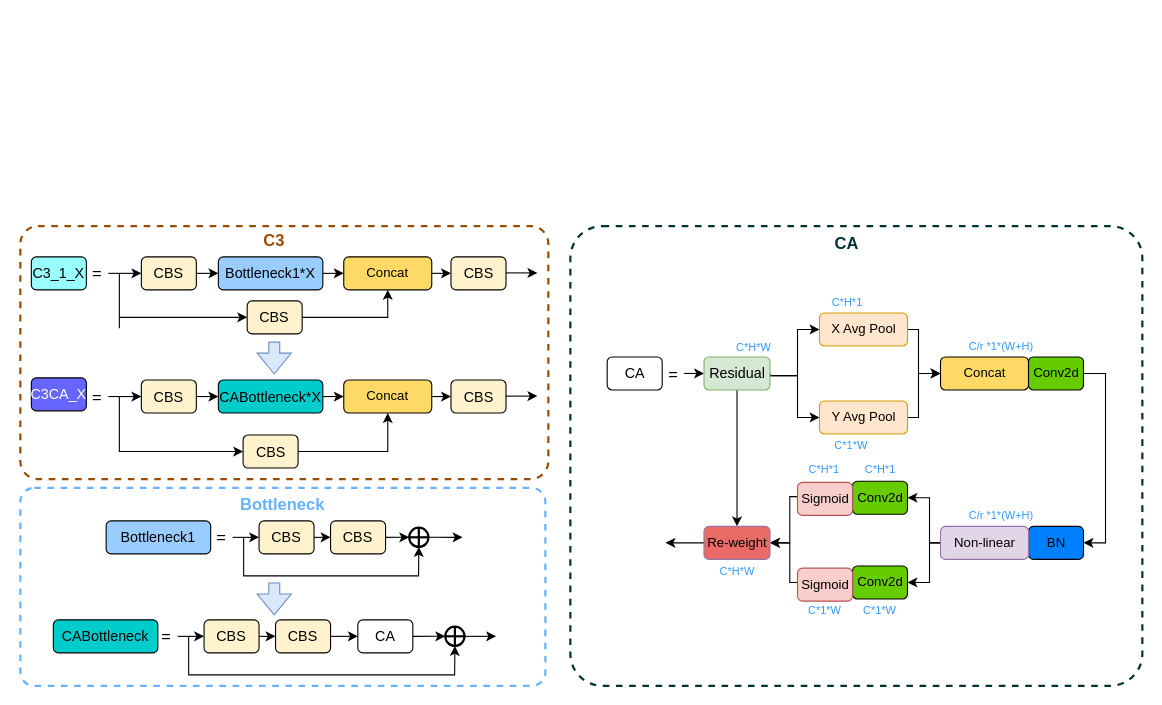
HaoyuScut/PaddleOCR keeps this draw.io diagram as C3CA.drawio. Above is the earlier version. Source tidied: cells renumbered, new cells numbered last; positions are measured from the earlier drawing's top-left corner, leaving out a move shared by most shapes. Both pictures are drawn from the tidied source at 110%, with x=0, y=0 at pixel (20, 223).
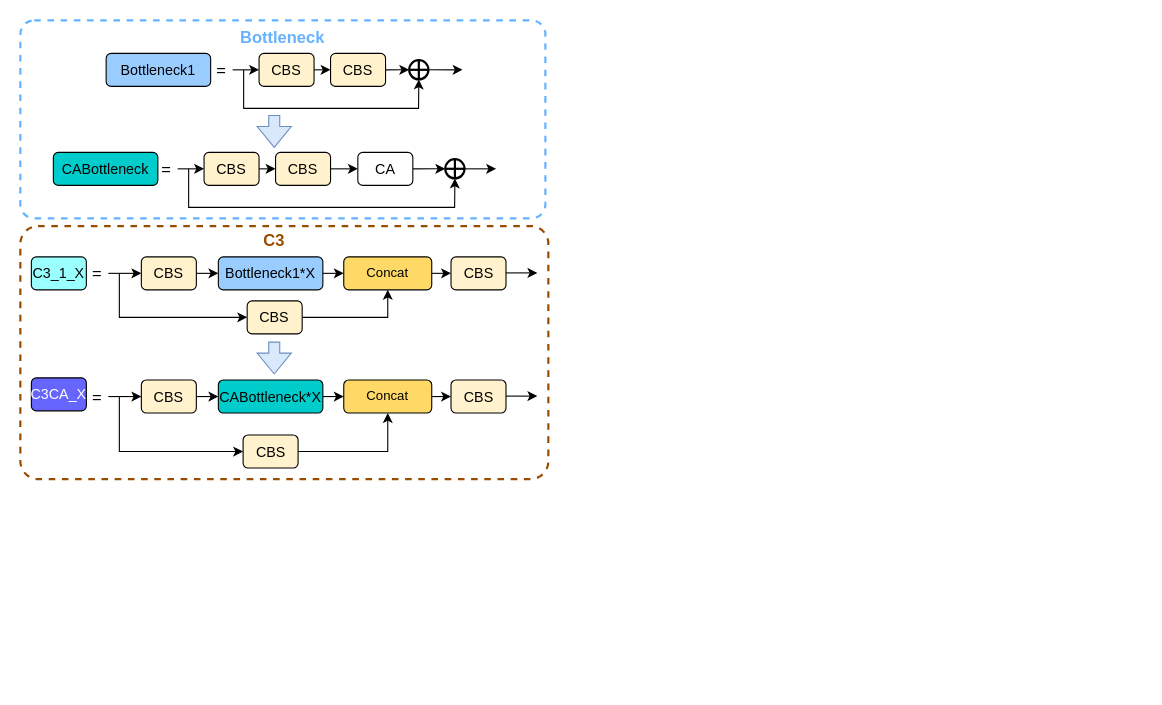
Above is the later version.

The change refers to these unchanged cells:
```xml
<mxCell id="31" value="CBS" style="rounded=1;whiteSpace=wrap;html=1;fillColor=#fff2cc;strokeColor=#000000;fontSize=13;" parent="1" vertex="1">
  <mxGeometry x="206.2" y="70" width="50" height="30" as="geometry" />
</mxCell>
```

What changed in the source:
```diff
@@
-    <mxCell id="2" style="rounded=1;whiteSpace=wrap;html=1;shadow=0;dashed=1;fontSize=12;fontColor=#00994D;strokeColor=#003333;strokeWidth=2;fillColor=none;arcSize=7;" parent="1" vertex="1">
-      <mxGeometry x="500" y="2" width="520" height="418" as="geometry" />
-    </mxCell>
@@
     <mxCell id="32" style="endArrow=classic;html=1;rounded=0;fontSize=15;fontColor=#000000;entryX=0;entryY=0.5;entryDx=0;entryDy=0;" parent="1" edge="1" target="31">
       <mxGeometry relative="1" as="geometry">
         <mxPoint x="90" y="45" as="sourcePoint" />
         <Array as="points">
-          <mxPoint x="90" y="95" />
           <mxPoint x="90" y="85" />
         </Array>
       </mxGeometry>
     </mxCell>
     <mxCell id="33" style="rounded=1;whiteSpace=wrap;html=1;shadow=0;dashed=1;fontSize=12;fontColor=#00994D;strokeColor=#66B2FF;strokeWidth=2;fillColor=none;arcSize=7;" parent="1" vertex="1">
-      <mxGeometry y="240" width="477.3" height="180" as="geometry" />
+      <mxGeometry y="-185" width="477.3" height="180" as="geometry" />
     </mxCell>
@@
     <mxCell id="35" value="&lt;font color=&quot;#000000&quot;&gt;=&lt;/font&gt;" style="text;html=1;strokeColor=none;fillColor=none;align=center;verticalAlign=middle;whiteSpace=wrap;rounded=0;shadow=0;dashed=1;fontSize=15;fontColor=#00994D;" parent="1" vertex="1">
-      <mxGeometry x="123" y="360" width="20" height="30" as="geometry" />
+      <mxGeometry x="123" y="-65" width="20" height="30" as="geometry" />
     </mxCell>
@@
     <mxCell id="37" value="CBS" style="rounded=1;whiteSpace=wrap;html=1;fillColor=#fff2cc;strokeColor=#000000;fontSize=13;" parent="1" vertex="1">
-      <mxGeometry x="167" y="360" width="50" height="30" as="geometry" />
+      <mxGeometry x="167" y="-65" width="50" height="30" as="geometry" />
     </mxCell>
@@
     <mxCell id="39" value="CBS" style="rounded=1;whiteSpace=wrap;html=1;fillColor=#fff2cc;strokeColor=#000000;fontSize=13;" parent="1" vertex="1">
-      <mxGeometry x="232" y="360" width="50" height="30" as="geometry" />
+      <mxGeometry x="232" y="-65" width="50" height="30" as="geometry" />
     </mxCell>
     <mxCell id="40" style="edgeStyle=orthogonalEdgeStyle;rounded=0;jettySize=auto;html=1;fontSize=15;fontColor=#FFFFFF;" parent="1" edge="1" source="41">
       <mxGeometry relative="1" as="geometry">
-        <mxPoint x="432.5" y="375" as="targetPoint" />
+        <mxPoint x="432.5" y="-50" as="targetPoint" />
       </mxGeometry>
     </mxCell>
     <mxCell id="41" style="shape=orEllipse;perimeter=ellipsePerimeter;whiteSpace=wrap;html=1;backgroundOutline=1;rounded=1;shadow=0;fontSize=15;fontColor=#994C00;strokeColor=#000000;strokeWidth=2;fillColor=none;" parent="1" vertex="1">
-      <mxGeometry x="386.3" y="366.2" width="17.5" height="17.5" as="geometry" />
+      <mxGeometry x="386.3" y="-58.8" width="17.5" height="17.5" as="geometry" />
     </mxCell>
     <mxCell id="42" style="endArrow=classic;html=1;rounded=0;fontSize=15;fontColor=#000000;entryX=0.5;entryY=1;entryDx=0;entryDy=0;" parent="1" edge="1" target="41">
       <mxGeometry relative="1" as="geometry">
-        <mxPoint x="153" y="375" as="sourcePoint" />
+        <mxPoint x="153" y="-50" as="sourcePoint" />
         <Array as="points">
-          <mxPoint x="153" y="410" />
-          <mxPoint x="233" y="410" />
-          <mxPoint x="394.8" y="410" />
+          <mxPoint x="153" y="-15" />
+          <mxPoint x="233" y="-15" />
+          <mxPoint x="394.8" y="-15" />
         </Array>
       </mxGeometry>
     </mxCell>
     <mxCell id="43" value="&lt;font color=&quot;#66b2ff&quot; style=&quot;font-size: 15px;&quot;&gt;&lt;b style=&quot;&quot;&gt;Bottleneck&lt;/b&gt;&lt;/font&gt;" style="text;html=1;strokeColor=none;fillColor=none;align=center;verticalAlign=middle;whiteSpace=wrap;rounded=0;shadow=0;dashed=1;" parent="1" vertex="1">
-      <mxGeometry x="189.1" y="240" width="99" height="30" as="geometry" />
+      <mxGeometry x="189.1" y="-185" width="99" height="30" as="geometry" />
     </mxCell>
     <mxCell id="44" value="CABottleneck" style="rounded=1;whiteSpace=wrap;html=1;fillColor=#00CCCC;strokeColor=#000000;fontSize=13;" parent="1" vertex="1">
-      <mxGeometry x="30" y="360" width="95" height="30" as="geometry" />
+      <mxGeometry x="30" y="-65" width="95" height="30" as="geometry" />
     </mxCell>
@@
     <mxCell id="46" value="CA" style="rounded=1;whiteSpace=wrap;html=1;fillColor=#FFFFFF;strokeColor=#000000;fontSize=13;" parent="1" vertex="1">
-      <mxGeometry x="306.8" y="360" width="50" height="30" as="geometry" />
+      <mxGeometry x="306.8" y="-65" width="50" height="30" as="geometry" />
     </mxCell>
@@
     <mxCell id="48" style="shape=flexArrow;endArrow=classic;html=1;rounded=0;fillColor=#dae8fc;strokeColor=#6c8ebf;" parent="1" edge="1">
       <mxGeometry relative="1" as="geometry">
-        <mxPoint x="230.8" y="326" as="sourcePoint" />
-        <mxPoint x="230.8" y="356" as="targetPoint" />
+        <mxPoint x="230.8" y="-99" as="sourcePoint" />
+        <mxPoint x="230.8" y="-69" as="targetPoint" />
       </mxGeometry>
     </mxCell>
     <mxCell id="49" value="Bottleneck1" style="rounded=1;whiteSpace=wrap;html=1;fillColor=#99CCFF;strokeColor=#000000;fontSize=13;" parent="1" vertex="1">
-      <mxGeometry x="78" y="270" width="95" height="30" as="geometry" />
+      <mxGeometry x="78" y="-155" width="95" height="30" as="geometry" />
     </mxCell>
@@
     <mxCell id="51" value="&lt;font color=&quot;#000000&quot;&gt;=&lt;/font&gt;" style="text;html=1;strokeColor=none;fillColor=none;align=center;verticalAlign=middle;whiteSpace=wrap;rounded=0;shadow=0;dashed=1;fontSize=15;fontColor=#00994D;" parent="1" vertex="1">
-      <mxGeometry x="173" y="270" width="20" height="30" as="geometry" />
+      <mxGeometry x="173" y="-155" width="20" height="30" as="geometry" />
     </mxCell>
@@
     <mxCell id="53" value="CBS" style="rounded=1;whiteSpace=wrap;html=1;fillColor=#fff2cc;strokeColor=#000000;fontSize=13;" parent="1" vertex="1">
-      <mxGeometry x="217" y="270" width="50" height="30" as="geometry" />
+      <mxGeometry x="217" y="-155" width="50" height="30" as="geometry" />
     </mxCell>
@@
     <mxCell id="55" value="CBS" style="rounded=1;whiteSpace=wrap;html=1;fillColor=#fff2cc;strokeColor=#000000;fontSize=13;" parent="1" vertex="1">
-      <mxGeometry x="282" y="270" width="50" height="30" as="geometry" />
+      <mxGeometry x="282" y="-155" width="50" height="30" as="geometry" />
     </mxCell>
     <mxCell id="56" style="edgeStyle=orthogonalEdgeStyle;rounded=0;jettySize=auto;html=1;exitX=1;exitY=0.5;exitDx=0;exitDy=0;fontSize=15;fontColor=#994C00;" parent="1" edge="1" source="57">
       <mxGeometry relative="1" as="geometry">
-        <mxPoint x="402" y="285.4" as="targetPoint" />
+        <mxPoint x="402" y="-139.6" as="targetPoint" />
       </mxGeometry>
     </mxCell>
     <mxCell id="57" style="shape=orEllipse;perimeter=ellipsePerimeter;whiteSpace=wrap;html=1;backgroundOutline=1;rounded=1;shadow=0;fontSize=15;fontColor=#994C00;strokeColor=#000000;strokeWidth=2;fillColor=none;" parent="1" vertex="1">
-      <mxGeometry x="353.5" y="276.2" width="17.5" height="17.5" as="geometry" />
+      <mxGeometry x="353.5" y="-148.8" width="17.5" height="17.5" as="geometry" />
     </mxCell>
     <mxCell id="58" style="endArrow=classic;html=1;rounded=0;fontSize=15;fontColor=#000000;entryX=0.5;entryY=1;entryDx=0;entryDy=0;" parent="1" edge="1" target="57">
       <mxGeometry relative="1" as="geometry">
-        <mxPoint x="203" y="285" as="sourcePoint" />
+        <mxPoint x="203" y="-140" as="sourcePoint" />
         <Array as="points">
-          <mxPoint x="203" y="320" />
-          <mxPoint x="283" y="320" />
-          <mxPoint x="362" y="320" />
+          <mxPoint x="203" y="-105" />
+          <mxPoint x="283" y="-105" />
+          <mxPoint x="362" y="-105" />
         </Array>
       </mxGeometry>
     </mxCell>
-    <mxCell id="59" value="CA" style="rounded=1;whiteSpace=wrap;html=1;fillColor=#FFFFFF;strokeColor=#000000;fontSize=13;" parent="1" vertex="1">
-      <mxGeometry x="533.5" y="121" width="50" height="30" as="geometry" />
-    </mxCell>
-    <mxCell id="60" style="edgeStyle=orthogonalEdgeStyle;rounded=0;jettySize=auto;html=1;exitX=1;exitY=0.5;exitDx=0;exitDy=0;entryX=0;entryY=0.5;entryDx=0;entryDy=0;fontFamily=Helvetica;" parent="1" edge="1" source="61" target="65">
-      <mxGeometry relative="1" as="geometry" />
-    </mxCell>
-    <mxCell id="61" value="&lt;font color=&quot;#000000&quot;&gt;=&lt;/font&gt;" style="text;html=1;strokeColor=none;fillColor=none;align=center;verticalAlign=middle;whiteSpace=wrap;rounded=0;shadow=0;dashed=1;fontSize=15;fontColor=#00994D;" parent="1" vertex="1">
-      <mxGeometry x="583.5" y="121" width="20" height="30" as="geometry" />
-    </mxCell>
-    <mxCell id="62" style="edgeStyle=orthogonalEdgeStyle;rounded=0;jettySize=auto;html=1;exitX=1;exitY=0.5;exitDx=0;exitDy=0;entryX=0;entryY=0.5;entryDx=0;entryDy=0;" parent="1" edge="1" source="65" target="67">
-      <mxGeometry relative="1" as="geometry">
-        <Array as="points">
-          <mxPoint x="706.5" y="138" />
-          <mxPoint x="706.5" y="96" />
-        </Array>
-      </mxGeometry>
-    </mxCell>
-    <mxCell id="63" style="edgeStyle=orthogonalEdgeStyle;rounded=0;jettySize=auto;html=1;exitX=1;exitY=0.5;exitDx=0;exitDy=0;entryX=0;entryY=0.5;entryDx=0;entryDy=0;" parent="1" edge="1" source="65" target="69">
-      <mxGeometry relative="1" as="geometry">
-        <Array as="points">
-          <mxPoint x="706.5" y="138" />
-          <mxPoint x="706.5" y="176" />
-        </Array>
-      </mxGeometry>
-    </mxCell>
-    <mxCell id="64" style="edgeStyle=orthogonalEdgeStyle;rounded=0;jettySize=auto;html=1;exitX=0.5;exitY=1;exitDx=0;exitDy=0;entryX=0.5;entryY=0;entryDx=0;entryDy=0;fontFamily=Helvetica;" parent="1" edge="1" source="65" target="83">
-      <mxGeometry relative="1" as="geometry" />
-    </mxCell>
-    <mxCell id="65" value="Residual" style="rounded=1;whiteSpace=wrap;html=1;fillColor=#d5e8d4;strokeColor=#82b366;fontSize=13;" parent="1" vertex="1">
-      <mxGeometry x="621.5" y="121" width="60" height="30" as="geometry" />
-    </mxCell>
-    <mxCell id="66" style="edgeStyle=orthogonalEdgeStyle;rounded=0;jettySize=auto;html=1;exitX=1;exitY=0.5;exitDx=0;exitDy=0;entryX=0;entryY=0.5;entryDx=0;entryDy=0;" parent="1" edge="1" source="67">
-      <mxGeometry relative="1" as="geometry">
-        <mxPoint x="836.5" y="136" as="targetPoint" />
-        <Array as="points">
-          <mxPoint x="816.5" y="96" />
-          <mxPoint x="816.5" y="136" />
-        </Array>
-      </mxGeometry>
-    </mxCell>
-    <mxCell id="67" value="X Avg Pool" style="rounded=1;whiteSpace=wrap;html=1;fillColor=#ffe6cc;strokeColor=#d79b00;" parent="1" vertex="1">
-      <mxGeometry x="726.5" y="81" width="80" height="30" as="geometry" />
-    </mxCell>
-    <mxCell id="68" style="edgeStyle=orthogonalEdgeStyle;rounded=0;jettySize=auto;html=1;exitX=1;exitY=0.5;exitDx=0;exitDy=0;entryX=0;entryY=0.5;entryDx=0;entryDy=0;" parent="1" edge="1" source="69" target="94">
-      <mxGeometry relative="1" as="geometry">
-        <Array as="points">
-          <mxPoint x="816.5" y="176" />
-          <mxPoint x="816.5" y="136" />
-        </Array>
-      </mxGeometry>
-    </mxCell>
-    <mxCell id="69" value="Y Avg Pool" style="rounded=1;whiteSpace=wrap;html=1;fillColor=#ffe6cc;strokeColor=#d79b00;" parent="1" vertex="1">
-      <mxGeometry x="726.5" y="161" width="80" height="30" as="geometry" />
-    </mxCell>
-    <mxCell id="70" style="edgeStyle=orthogonalEdgeStyle;rounded=0;jettySize=auto;html=1;exitX=1;exitY=0.5;exitDx=0;exitDy=0;fontFamily=Helvetica;entryX=1;entryY=0.5;entryDx=0;entryDy=0;" parent="1" edge="1" source="71" target="72">
-      <mxGeometry relative="1" as="geometry" />
-    </mxCell>
-    <mxCell id="71" value="Conv2d" style="rounded=1;whiteSpace=wrap;html=1;fillColor=#66CC00;strokeColor=#000000;" parent="1" vertex="1">
-      <mxGeometry x="916.5" y="121" width="50" height="30" as="geometry" />
-    </mxCell>
-    <mxCell id="72" value="&lt;font color=&quot;#000000&quot;&gt;BN&lt;/font&gt;" style="rounded=1;whiteSpace=wrap;html=1;fillColor=#007FFF;strokeColor=#000000;fontColor=#ffffff;" parent="1" vertex="1">
-      <mxGeometry x="916.5" y="275" width="50" height="30" as="geometry" />
-    </mxCell>
-    <mxCell id="73" style="edgeStyle=orthogonalEdgeStyle;rounded=0;jettySize=auto;html=1;exitX=0;exitY=0.5;exitDx=0;exitDy=0;fontFamily=Helvetica;entryX=1;entryY=0.5;entryDx=0;entryDy=0;" parent="1" edge="1" source="75" target="76">
-      <mxGeometry relative="1" as="geometry">
-        <Array as="points">
-          <mxPoint x="826.5" y="290" />
-          <mxPoint x="826.5" y="249" />
-        </Array>
-      </mxGeometry>
-    </mxCell>
-    <mxCell id="74" style="edgeStyle=orthogonalEdgeStyle;rounded=0;jettySize=auto;html=1;exitX=0;exitY=0.5;exitDx=0;exitDy=0;entryX=1;entryY=0.5;entryDx=0;entryDy=0;fontFamily=Helvetica;" parent="1" edge="1" source="75" target="77">
-      <mxGeometry relative="1" as="geometry">
-        <Array as="points">
-          <mxPoint x="826.5" y="290" />
-          <mxPoint x="826.5" y="326" />
-        </Array>
-      </mxGeometry>
-    </mxCell>
-    <mxCell id="75" value="&lt;font color=&quot;#000000&quot;&gt;Non-linear&lt;/font&gt;" style="rounded=1;whiteSpace=wrap;html=1;fillColor=#e1d5e7;strokeColor=#9673a6;" parent="1" vertex="1">
-      <mxGeometry x="836.5" y="275" width="80" height="30" as="geometry" />
-    </mxCell>
-    <mxCell id="76" value="Conv2d" style="rounded=1;whiteSpace=wrap;html=1;fillColor=#66CC00;strokeColor=#000000;" parent="1" vertex="1">
-      <mxGeometry x="756.5" y="234" width="50" height="30" as="geometry" />
-    </mxCell>
-    <mxCell id="77" value="Conv2d" style="rounded=1;whiteSpace=wrap;html=1;fillColor=#66CC00;strokeColor=#000000;" parent="1" vertex="1">
-      <mxGeometry x="756.5" y="311" width="50" height="30" as="geometry" />
-    </mxCell>
-    <mxCell id="78" style="edgeStyle=orthogonalEdgeStyle;rounded=0;jettySize=auto;html=1;exitX=0;exitY=0.5;exitDx=0;exitDy=0;entryX=1;entryY=0.5;entryDx=0;entryDy=0;fontFamily=Helvetica;" parent="1" edge="1" source="79" target="83">
-      <mxGeometry relative="1" as="geometry">
-        <Array as="points">
-          <mxPoint x="706.5" y="248" />
-          <mxPoint x="699.5" y="248" />
-          <mxPoint x="699.5" y="290" />
-        </Array>
-      </mxGeometry>
-    </mxCell>
-    <mxCell id="79" value="Sigmoid" style="rounded=1;whiteSpace=wrap;html=1;fillColor=#f8cecc;strokeColor=#b85450;" parent="1" vertex="1">
-      <mxGeometry x="706.5" y="235" width="50" height="30" as="geometry" />
-    </mxCell>
-    <mxCell id="80" style="edgeStyle=orthogonalEdgeStyle;rounded=0;jettySize=auto;html=1;exitX=0;exitY=0.5;exitDx=0;exitDy=0;entryX=1;entryY=0.5;entryDx=0;entryDy=0;fontFamily=Helvetica;" parent="1" edge="1" source="81" target="83">
-      <mxGeometry relative="1" as="geometry">
-        <Array as="points">
-          <mxPoint x="706.5" y="326" />
-          <mxPoint x="699.5" y="326" />
-          <mxPoint x="699.5" y="290" />
-        </Array>
-      </mxGeometry>
-    </mxCell>
-    <mxCell id="81" value="Sigmoid" style="rounded=1;whiteSpace=wrap;html=1;fillColor=#f8cecc;strokeColor=#b85450;" parent="1" vertex="1">
-      <mxGeometry x="706.5" y="313" width="50" height="30" as="geometry" />
-    </mxCell>
-    <mxCell id="82" style="edgeStyle=orthogonalEdgeStyle;rounded=0;jettySize=auto;html=1;exitX=0;exitY=0.5;exitDx=0;exitDy=0;fontFamily=Helvetica;" parent="1" edge="1" source="83">
-      <mxGeometry relative="1" as="geometry">
-        <mxPoint x="586.5" y="290.3" as="targetPoint" />
-      </mxGeometry>
-    </mxCell>
-    <mxCell id="83" value="&lt;font color=&quot;#000000&quot;&gt;Re-weight&lt;/font&gt;" style="rounded=1;whiteSpace=wrap;html=1;fillColor=#EA6B66;strokeColor=#9673a6;" parent="1" vertex="1">
-      <mxGeometry x="621.5" y="275" width="60" height="30" as="geometry" />
-    </mxCell>
-    <mxCell id="84" value="&lt;font color=&quot;#3399ff&quot;&gt;&lt;span style=&quot;font-size: 10px;&quot;&gt;C*H*W&lt;/span&gt;&lt;/font&gt;" style="text;html=1;strokeColor=none;fillColor=none;align=center;verticalAlign=middle;whiteSpace=wrap;rounded=0;shadow=0;dashed=1;fontColor=#F19C99;" parent="1" vertex="1">
-      <mxGeometry x="641.5" y="101" width="50" height="22" as="geometry" />
-    </mxCell>
-    <mxCell id="85" value="&lt;font color=&quot;#3399ff&quot;&gt;&lt;span style=&quot;font-size: 10px;&quot;&gt;C*H*1&lt;/span&gt;&lt;/font&gt;" style="text;html=1;strokeColor=none;fillColor=none;align=center;verticalAlign=middle;whiteSpace=wrap;rounded=0;shadow=0;dashed=1;fontColor=#F19C99;" parent="1" vertex="1">
-      <mxGeometry x="726.5" y="61" width="50" height="20" as="geometry" />
-    </mxCell>
-    <mxCell id="86" value="&lt;font color=&quot;#3399ff&quot;&gt;&lt;span style=&quot;font-size: 10px;&quot;&gt;C*1*W&lt;/span&gt;&lt;/font&gt;" style="text;html=1;strokeColor=none;fillColor=none;align=center;verticalAlign=middle;whiteSpace=wrap;rounded=0;shadow=0;dashed=1;fontColor=#F19C99;" parent="1" vertex="1">
-      <mxGeometry x="733.5" y="191" width="43" height="20" as="geometry" />
-    </mxCell>
-    <mxCell id="87" value="&lt;font color=&quot;#3399ff&quot;&gt;&lt;span style=&quot;font-size: 10px;&quot;&gt;C/r *1*(W+H)&lt;/span&gt;&lt;/font&gt;" style="text;html=1;strokeColor=none;fillColor=none;align=center;verticalAlign=middle;whiteSpace=wrap;rounded=0;shadow=0;dashed=1;fontColor=#F19C99;" parent="1" vertex="1">
-      <mxGeometry x="836.5" y="101" width="110" height="20" as="geometry" />
-    </mxCell>
-    <mxCell id="88" value="&lt;font color=&quot;#3399ff&quot;&gt;&lt;span style=&quot;font-size: 10px;&quot;&gt;C/r *1*(W+H)&lt;/span&gt;&lt;/font&gt;" style="text;html=1;strokeColor=none;fillColor=none;align=center;verticalAlign=middle;whiteSpace=wrap;rounded=0;shadow=0;dashed=1;fontColor=#F19C99;" parent="1" vertex="1">
-      <mxGeometry x="836.5" y="255" width="110" height="20" as="geometry" />
-    </mxCell>
-    <mxCell id="89" value="&lt;font color=&quot;#3399ff&quot;&gt;&lt;span style=&quot;font-size: 10px;&quot;&gt;C*H*1&lt;/span&gt;&lt;/font&gt;" style="text;html=1;strokeColor=none;fillColor=none;align=center;verticalAlign=middle;whiteSpace=wrap;rounded=0;shadow=0;dashed=1;fontColor=#F19C99;" parent="1" vertex="1">
-      <mxGeometry x="706" y="213" width="50" height="20" as="geometry" />
-    </mxCell>
-    <mxCell id="90" value="&lt;font color=&quot;#3399ff&quot;&gt;&lt;span style=&quot;font-size: 10px;&quot;&gt;C*H*1&lt;/span&gt;&lt;/font&gt;" style="text;html=1;strokeColor=none;fillColor=none;align=center;verticalAlign=middle;whiteSpace=wrap;rounded=0;shadow=0;dashed=1;fontColor=#F19C99;" parent="1" vertex="1">
-      <mxGeometry x="756.5" y="213" width="50" height="20" as="geometry" />
-    </mxCell>
-    <mxCell id="91" value="&lt;font color=&quot;#3399ff&quot;&gt;&lt;span style=&quot;font-size: 10px;&quot;&gt;C*1*W&lt;/span&gt;&lt;/font&gt;" style="text;html=1;strokeColor=none;fillColor=none;align=center;verticalAlign=middle;whiteSpace=wrap;rounded=0;shadow=0;dashed=1;fontColor=#F19C99;" parent="1" vertex="1">
-      <mxGeometry x="709.5" y="341" width="43" height="20" as="geometry" />
-    </mxCell>
-    <mxCell id="92" value="&lt;font color=&quot;#3399ff&quot;&gt;&lt;span style=&quot;font-size: 10px;&quot;&gt;C*1*W&lt;/span&gt;&lt;/font&gt;" style="text;html=1;strokeColor=none;fillColor=none;align=center;verticalAlign=middle;whiteSpace=wrap;rounded=0;shadow=0;dashed=1;fontColor=#F19C99;" parent="1" vertex="1">
-      <mxGeometry x="760" y="341" width="43" height="20" as="geometry" />
-    </mxCell>
-    <mxCell id="93" value="&lt;font color=&quot;#3399ff&quot;&gt;&lt;span style=&quot;font-size: 10px;&quot;&gt;C*H*W&lt;/span&gt;&lt;/font&gt;" style="text;html=1;strokeColor=none;fillColor=none;align=center;verticalAlign=middle;whiteSpace=wrap;rounded=0;shadow=0;dashed=1;fontColor=#F19C99;" parent="1" vertex="1">
-      <mxGeometry x="626.5" y="305" width="50" height="22" as="geometry" />
-    </mxCell>
-    <mxCell id="94" value="Concat" style="rounded=1;whiteSpace=wrap;html=1;fillColor=#FFD966;strokeColor=#000000;" parent="1" vertex="1">
-      <mxGeometry x="836.5" y="121" width="80" height="30" as="geometry" />
-    </mxCell>
-    <mxCell id="95" value="&lt;font color=&quot;#003333&quot; style=&quot;font-size: 15px;&quot;&gt;&lt;b style=&quot;&quot;&gt;CA&lt;/b&gt;&lt;/font&gt;" style="text;html=1;strokeColor=none;fillColor=none;align=center;verticalAlign=middle;whiteSpace=wrap;rounded=0;shadow=0;dashed=1;" parent="1" vertex="1">
-      <mxGeometry x="729" y="2" width="45.1" height="30" as="geometry" />
-    </mxCell>
```
